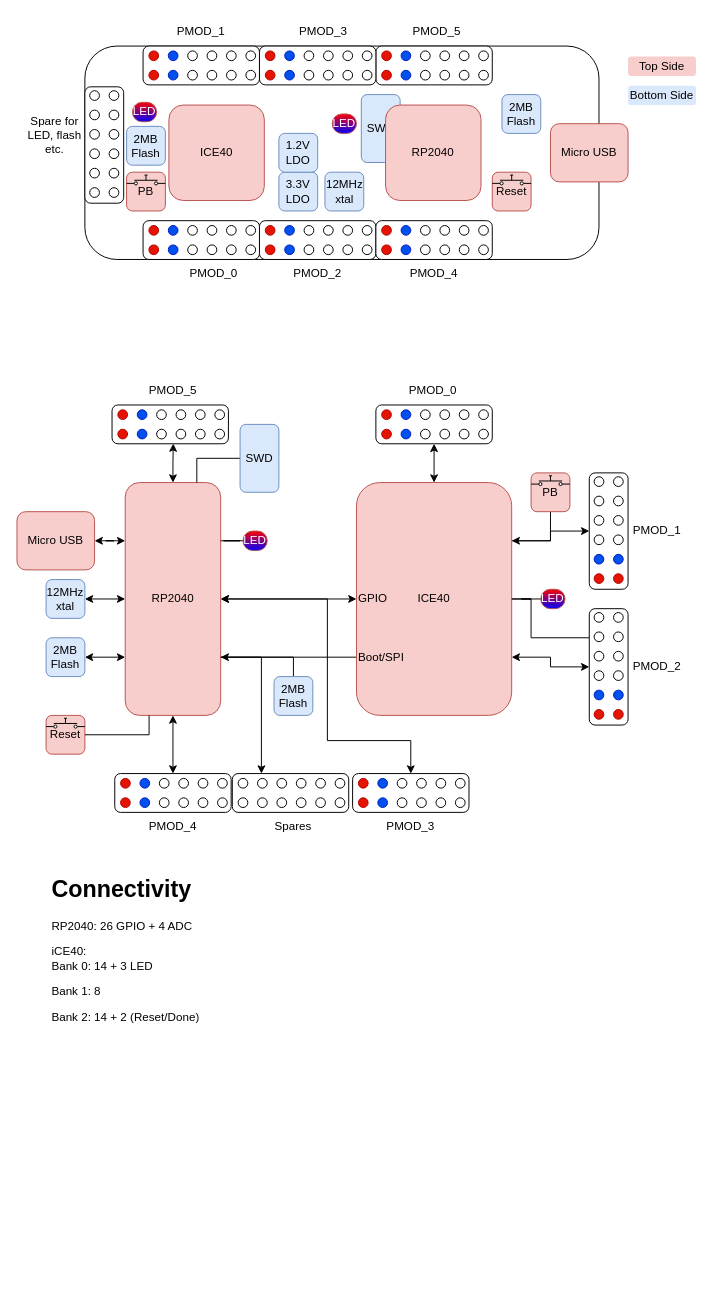
Earlier version of the draw.io diagram Docs/pico_ice.drawio (tinyvision-ai-inc/pico-ice). Source tidied: cells renumbered, new cells numbered last; positions are measured from the earlier drawing's top-left corner, leaving out a move shared by most shapes. Both pictures are drawn from the tidied source at 97%, with x=0, y=0 at pixel (16, 16).
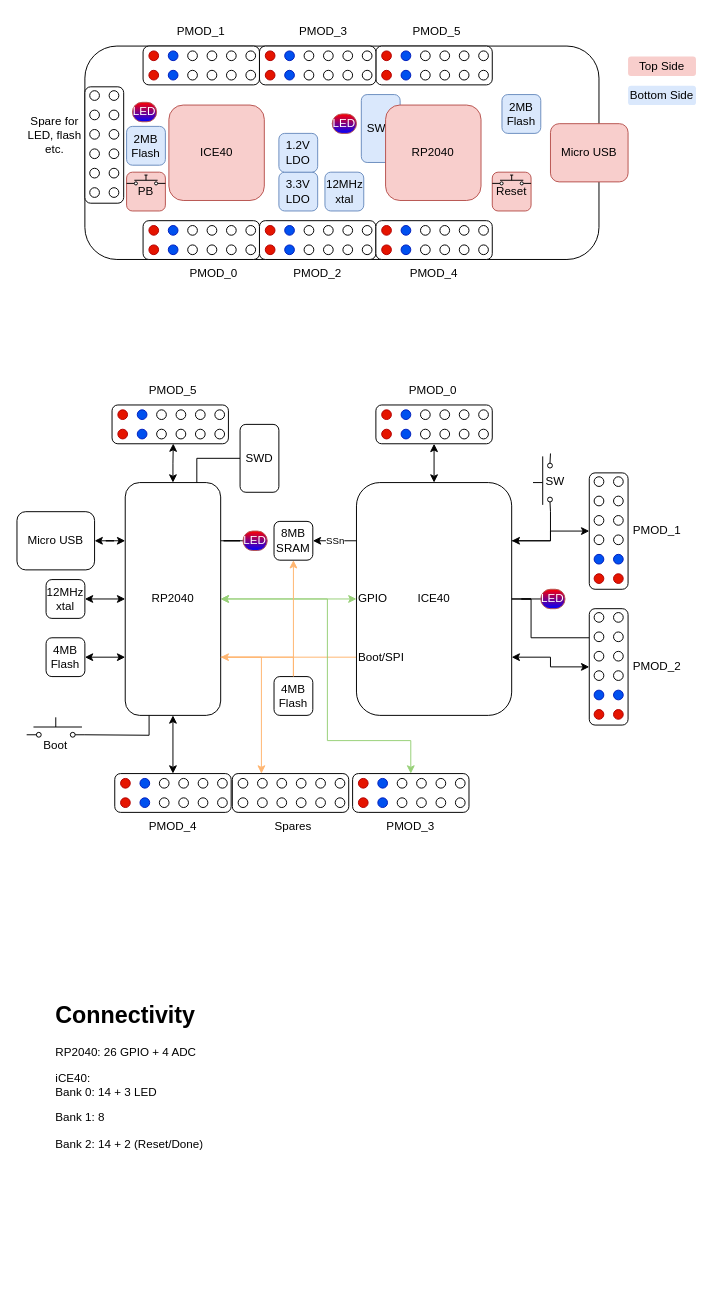
The same page after the edit.

Unchanged cells that the change refers to:
```xml
<mxCell id="119" style="rounded=1;whiteSpace=wrap;html=1;fontColor=#FFFFFF;fillColor=#FFFFFF;gradientColor=none;" parent="118" vertex="1">
  <mxGeometry width="120" height="40" as="geometry" />
</mxCell>
<mxCell id="255" style="rounded=1;whiteSpace=wrap;html=1;fontColor=#FFFFFF;fillColor=#FFFFFF;gradientColor=none;rotation=0;" parent="254" vertex="1">
  <mxGeometry width="120" height="40" as="geometry" />
</mxCell>
```

Diff of the diagram source:
```diff
@@
-    <mxCell id="72" style="edgeStyle=orthogonalEdgeStyle;rounded=0;jettySize=auto;html=1;exitX=1;exitY=0.75;exitDx=0;exitDy=0;entryX=0;entryY=0.75;entryDx=0;entryDy=0;fontColor=#000000;startArrow=none;startFill=0;endArrow=none;endFill=0;" parent="1" edge="1" source="76" target="114">
+    <mxCell id="72" style="edgeStyle=orthogonalEdgeStyle;rounded=0;jettySize=auto;html=1;exitX=1;exitY=0.75;exitDx=0;exitDy=0;entryX=0;entryY=0.75;entryDx=0;entryDy=0;fontColor=#000000;startArrow=none;startFill=0;endArrow=none;endFill=0;strokeColor=#FFB570;" parent="1" edge="1" source="76" target="114">
       <mxGeometry relative="1" as="geometry" />
     </mxCell>
-    <mxCell id="73" style="edgeStyle=orthogonalEdgeStyle;rounded=0;jettySize=auto;html=1;entryX=0;entryY=0.5;entryDx=0;entryDy=0;fontColor=#000000;startArrow=classic;startFill=1;endArrow=classic;endFill=1;" parent="1" edge="1" source="76" target="114">
+    <mxCell id="73" style="edgeStyle=orthogonalEdgeStyle;rounded=0;jettySize=auto;html=1;entryX=0;entryY=0.5;entryDx=0;entryDy=0;fontColor=#000000;startArrow=classic;startFill=1;endArrow=classic;endFill=1;strokeColor=#97D077;" parent="1" edge="1" source="76" target="114">
       <mxGeometry relative="1" as="geometry" />
     </mxCell>
-    <mxCell id="74" style="edgeStyle=orthogonalEdgeStyle;rounded=0;jettySize=auto;html=1;exitX=1;exitY=0.5;exitDx=0;exitDy=0;entryX=0.5;entryY=0;entryDx=0;entryDy=0;fontColor=#000000;startArrow=classic;startFill=1;endArrow=classic;endFill=1;" parent="1" edge="1" source="76" target="119">
+    <mxCell id="74" style="edgeStyle=orthogonalEdgeStyle;rounded=0;jettySize=auto;html=1;exitX=1;exitY=0.5;exitDx=0;exitDy=0;entryX=0.5;entryY=0;entryDx=0;entryDy=0;fontColor=#000000;startArrow=classic;startFill=1;endArrow=classic;endFill=1;strokeColor=#97D077;" parent="1" edge="1" source="76" target="119">
       <mxGeometry relative="1" as="geometry">
         <Array as="points">
           <mxPoint x="320" y="600" />
           <mxPoint x="320" y="746" />
           <mxPoint x="406" y="746" />
         </Array>
       </mxGeometry>
     </mxCell>
-    <mxCell id="75" style="edgeStyle=orthogonalEdgeStyle;rounded=0;jettySize=auto;html=1;exitX=1;exitY=0.75;exitDx=0;exitDy=0;entryX=0.25;entryY=0;entryDx=0;entryDy=0;fontColor=#000000;startArrow=classic;startFill=1;endArrow=classic;endFill=1;" parent="1" edge="1" source="76" target="255">
+    <mxCell id="75" style="edgeStyle=orthogonalEdgeStyle;rounded=0;jettySize=auto;html=1;exitX=1;exitY=0.75;exitDx=0;exitDy=0;entryX=0.25;entryY=0;entryDx=0;entryDy=0;fontColor=#000000;startArrow=classic;startFill=1;endArrow=classic;endFill=1;strokeColor=#FFB570;" parent="1" edge="1" source="76" target="255">
       <mxGeometry relative="1" as="geometry" />
     </mxCell>
-    <mxCell id="76" value="RP2040" style="rounded=1;whiteSpace=wrap;html=1;fillColor=#f8cecc;strokeColor=#b85450;" parent="1" vertex="1">
+    <mxCell id="76" value="RP2040" style="rounded=1;whiteSpace=wrap;html=1;" parent="1" vertex="1">
       <mxGeometry x="111.6" y="480" width="98.4" height="240" as="geometry" />
     </mxCell>
@@
-    <mxCell id="78" value="Micro USB" style="rounded=1;whiteSpace=wrap;html=1;fillColor=#f8cecc;strokeColor=#b85450;" parent="1" vertex="1">
+    <mxCell id="78" value="Micro USB" style="rounded=1;whiteSpace=wrap;html=1;" parent="1" vertex="1">
       <mxGeometry y="510" width="80" height="60" as="geometry" />
     </mxCell>
@@
-    <mxCell id="108" value="2MB Flash" style="rounded=1;whiteSpace=wrap;html=1;fillColor=#dae8fc;strokeColor=#6c8ebf;" parent="1" vertex="1">
+    <mxCell id="108" value="4MB Flash" style="rounded=1;whiteSpace=wrap;html=1;" parent="1" vertex="1">
       <mxGeometry x="30" y="640" width="40" height="40" as="geometry" />
     </mxCell>
@@
-    <mxCell id="110" value="12MHz xtal" style="rounded=1;whiteSpace=wrap;html=1;fillColor=#dae8fc;strokeColor=#6c8ebf;" parent="1" vertex="1">
+    <mxCell id="110" value="12MHz xtal" style="rounded=1;whiteSpace=wrap;html=1;" parent="1" vertex="1">
       <mxGeometry x="30" y="580" width="40" height="40" as="geometry" />
     </mxCell>
-    <mxCell id="111" style="edgeStyle=orthogonalEdgeStyle;rounded=0;jettySize=auto;html=1;entryX=1;entryY=0.75;entryDx=0;entryDy=0;fontColor=#000000;startArrow=none;startFill=0;endArrow=none;endFill=0;exitX=0.5;exitY=0;exitDx=0;exitDy=0;" parent="1" edge="1" source="115" target="76">
+    <mxCell id="111" style="edgeStyle=orthogonalEdgeStyle;rounded=0;jettySize=auto;html=1;entryX=1;entryY=0.75;entryDx=0;entryDy=0;fontColor=#000000;startArrow=none;startFill=0;endArrow=none;endFill=0;exitX=0.5;exitY=0;exitDx=0;exitDy=0;strokeColor=#FFB570;" parent="1" edge="1" source="115" target="76">
       <mxGeometry relative="1" as="geometry" />
     </mxCell>
@@
-    <mxCell id="114" value="ICE40" style="rounded=1;whiteSpace=wrap;html=1;fillColor=#f8cecc;strokeColor=#b85450;" parent="1" vertex="1">
+    <mxCell id="114" value="ICE40" style="rounded=1;whiteSpace=wrap;html=1;" parent="1" vertex="1">
       <mxGeometry x="350" y="480" width="160" height="240" as="geometry" />
     </mxCell>
-    <mxCell id="115" value="2MB Flash" style="rounded=1;whiteSpace=wrap;html=1;fillColor=#dae8fc;strokeColor=#6c8ebf;" parent="1" vertex="1">
+    <mxCell id="115" value="4MB Flash" style="rounded=1;whiteSpace=wrap;html=1;" parent="1" vertex="1">
       <mxGeometry x="265" y="680" width="40" height="40" as="geometry" />
     </mxCell>
@@
-    <mxCell id="215" style="group;" parent="1" vertex="1">
-      <mxGeometry x="530" y="470" width="40" height="40" as="geometry" />
-    </mxCell>
-    <mxCell id="216" value="PB" style="rounded=1;whiteSpace=wrap;html=1;fillColor=#f8cecc;strokeColor=#b85450;" parent="215" vertex="1">
-      <mxGeometry width="40" height="40" as="geometry" />
-    </mxCell>
-    <mxCell id="217" style="shape=mxgraph.electrical.electro-mechanical.pushbutton;elSwitchState=off;rounded=1;fontColor=#000000;fillColor=#FFFFFF;gradientColor=none;" parent="215" vertex="1">
-      <mxGeometry y="3" width="40" height="10.7" as="geometry" />
-    </mxCell>
-    <mxCell id="218" style="group;" parent="1" vertex="1">
-      <mxGeometry x="30" y="720" width="40" height="40" as="geometry" />
-    </mxCell>
-    <mxCell id="219" value="Reset" style="rounded=1;whiteSpace=wrap;html=1;fillColor=#f8cecc;strokeColor=#b85450;" parent="218" vertex="1">
-      <mxGeometry width="40" height="40" as="geometry" />
-    </mxCell>
-    <mxCell id="220" style="shape=mxgraph.electrical.electro-mechanical.pushbutton;elSwitchState=off;rounded=1;fontColor=#000000;fillColor=#FFFFFF;gradientColor=none;" parent="218" vertex="1">
-      <mxGeometry y="3" width="40" height="10.7" as="geometry" />
-    </mxCell>
-    <mxCell id="221" style="edgeStyle=orthogonalEdgeStyle;rounded=0;jettySize=auto;html=1;entryX=0.25;entryY=1;entryDx=0;entryDy=0;fontColor=#000000;startArrow=none;startFill=0;endArrow=none;endFill=0;" parent="1" edge="1" source="219" target="76">
-      <mxGeometry relative="1" as="geometry" />
+    <mxCell id="221" style="edgeStyle=orthogonalEdgeStyle;rounded=0;jettySize=auto;html=1;entryX=0.25;entryY=1;entryDx=0;entryDy=0;fontColor=#000000;startArrow=none;startFill=0;endArrow=none;endFill=0;" parent="1" edge="1" target="76">
+      <mxGeometry relative="1" as="geometry">
+        <mxPoint x="70" y="740" as="sourcePoint" />
+      </mxGeometry>
     </mxCell>
@@
     <mxCell id="223" value="&lt;h1&gt;Connectivity&lt;/h1&gt;&lt;p&gt;RP2040: 26 GPIO + 4 ADC&lt;/p&gt;&lt;p&gt;iCE40:&amp;nbsp;&lt;br&gt;Bank 0: 14 + 3 LED&lt;/p&gt;&lt;p&gt;Bank 1: 8&lt;/p&gt;&lt;p&gt;Bank 2: 14 + 2 (Reset/Done)&lt;/p&gt;&lt;p&gt;&lt;br&gt;&lt;/p&gt;" style="text;html=1;strokeColor=none;fillColor=none;spacing=5;spacingTop=-20;whiteSpace=wrap;overflow=hidden;rounded=0;fontColor=#000000;" parent="1" vertex="1">
-      <mxGeometry x="30.8" y="880" width="499.2" height="290" as="geometry" />
+      <mxGeometry x="35.4" y="1010" width="499.2" height="290" as="geometry" />
     </mxCell>
@@
-    <mxCell id="226" value="SWD" style="rounded=1;whiteSpace=wrap;html=1;fillColor=#dae8fc;strokeColor=#6c8ebf;" parent="1" vertex="1">
+    <mxCell id="226" value="SWD" style="rounded=1;whiteSpace=wrap;html=1;" parent="1" vertex="1">
       <mxGeometry x="230" y="420" width="40" height="70" as="geometry" />
     </mxCell>
@@
+    <mxCell id="269" value="SSn" style="edgeStyle=orthogonalEdgeStyle;rounded=0;jettySize=auto;html=1;entryX=0;entryY=0.25;entryDx=0;entryDy=0;startArrow=classic;startFill=1;endArrow=none;endFill=0;fontSize=10;" parent="1" edge="1" source="271" target="114">
+      <mxGeometry relative="1" as="geometry" />
+    </mxCell>
+    <mxCell id="270" style="edgeStyle=orthogonalEdgeStyle;rounded=0;jettySize=auto;html=1;exitX=0.5;exitY=1;exitDx=0;exitDy=0;entryX=0.5;entryY=0;entryDx=0;entryDy=0;startArrow=classic;startFill=1;endArrow=none;endFill=0;strokeColor=#FFB570;" parent="1" edge="1" source="271" target="115">
+      <mxGeometry relative="1" as="geometry" />
+    </mxCell>
+    <mxCell id="271" value="8MB SRAM" style="rounded=1;whiteSpace=wrap;html=1;" parent="1" vertex="1">
+      <mxGeometry x="265" y="520" width="40" height="40" as="geometry" />
+    </mxCell>
+    <mxCell id="272" style="group;" parent="1" vertex="1">
+      <mxGeometry x="10" y="722" width="60" height="20.5" as="geometry" />
+    </mxCell>
+    <mxCell id="273" style="ellipse;whiteSpace=wrap;html=1;fontColor=#FFFFFF;fillColor=#FFFFFF;gradientColor=none;rotation=0;" parent="272" vertex="1">
+      <mxGeometry x="10" y="15.5" width="5" height="5" as="geometry" />
+    </mxCell>
+    <mxCell id="274" style="ellipse;whiteSpace=wrap;html=1;fontColor=#FFFFFF;fillColor=#FFFFFF;gradientColor=none;rotation=0;" parent="272" vertex="1">
+      <mxGeometry x="45" y="15.5" width="5" height="5" as="geometry" />
+    </mxCell>
+    <mxCell id="275" style="endArrow=none;html=1;fontSize=10;" parent="272" edge="1">
+      <mxGeometry relative="1" as="geometry">
+        <mxPoint x="7" y="10" as="sourcePoint" />
+        <mxPoint x="57" y="10" as="targetPoint" />
+      </mxGeometry>
+    </mxCell>
+    <mxCell id="276" style="endArrow=none;html=1;fontSize=10;" parent="272" edge="1">
+      <mxGeometry relative="1" as="geometry">
+        <mxPoint x="30" as="sourcePoint" />
+        <mxPoint x="30" y="10" as="targetPoint" />
+      </mxGeometry>
+    </mxCell>
+    <mxCell id="277" style="endArrow=none;html=1;fontSize=10;strokeColor=#000000;entryX=0;entryY=0.5;entryDx=0;entryDy=0;" parent="272" edge="1" target="273">
+      <mxGeometry relative="1" as="geometry">
+        <mxPoint y="18" as="sourcePoint" />
+      </mxGeometry>
+    </mxCell>
+    <mxCell id="278" style="endArrow=none;html=1;fontSize=10;strokeColor=#000000;exitX=1;exitY=0.5;exitDx=0;exitDy=0;" parent="272" edge="1" source="274">
+      <mxGeometry relative="1" as="geometry">
+        <mxPoint x="60" y="18" as="targetPoint" />
+      </mxGeometry>
+    </mxCell>
+    <mxCell id="279" value="Boot" style="text;html=1;strokeColor=none;fillColor=none;align=center;verticalAlign=middle;whiteSpace=wrap;rounded=0;fontColor=#000000;" parent="1" vertex="1">
+      <mxGeometry x="10" y="742.5" width="60" height="17.5" as="geometry" />
+    </mxCell>
+    <mxCell id="280" style="group;rotation=-90;" parent="1" vertex="1">
+      <mxGeometry x="512" y="470" width="60" height="20.5" as="geometry" />
+    </mxCell>
+    <mxCell id="281" style="ellipse;whiteSpace=wrap;html=1;fontColor=#FFFFFF;fillColor=#FFFFFF;gradientColor=none;rotation=-90;" parent="280" vertex="1">
+      <mxGeometry x="35" y="25" width="5" height="5" as="geometry" />
+    </mxCell>
+    <mxCell id="282" style="ellipse;whiteSpace=wrap;html=1;fontColor=#FFFFFF;fillColor=#FFFFFF;gradientColor=none;rotation=-90;" parent="280" vertex="1">
+      <mxGeometry x="35" y="-10" width="5" height="5" as="geometry" />
+    </mxCell>
+    <mxCell id="283" style="endArrow=none;html=1;fontSize=10;" parent="280" edge="1">
+      <mxGeometry relative="1" as="geometry">
+        <mxPoint x="30" y="33" as="sourcePoint" />
+        <mxPoint x="30" y="-17" as="targetPoint" />
+      </mxGeometry>
+    </mxCell>
+    <mxCell id="284" style="endArrow=none;html=1;fontSize=10;" parent="280" edge="1">
+      <mxGeometry relative="1" as="geometry">
+        <mxPoint x="20" y="10" as="sourcePoint" />
+        <mxPoint x="30" y="10" as="targetPoint" />
+      </mxGeometry>
+    </mxCell>
+    <mxCell id="285" style="endArrow=none;html=1;fontSize=10;strokeColor=#000000;entryX=0;entryY=0.5;entryDx=0;entryDy=0;" parent="280" edge="1" target="281">
+      <mxGeometry relative="1" as="geometry">
+        <mxPoint x="38" y="40" as="sourcePoint" />
+      </mxGeometry>
+    </mxCell>
+    <mxCell id="286" style="endArrow=none;html=1;fontSize=10;strokeColor=#000000;exitX=1;exitY=0.5;exitDx=0;exitDy=0;" parent="280" edge="1" source="282">
+      <mxGeometry relative="1" as="geometry">
+        <mxPoint x="38" y="-20" as="targetPoint" />
+      </mxGeometry>
+    </mxCell>
+    <mxCell id="287" value="SW" style="text;html=1;strokeColor=none;fillColor=none;align=center;verticalAlign=middle;whiteSpace=wrap;rounded=0;fontColor=#000000;" parent="1" vertex="1">
+      <mxGeometry x="540" y="470" width="30" height="17.5" as="geometry" />
+    </mxCell>
```
